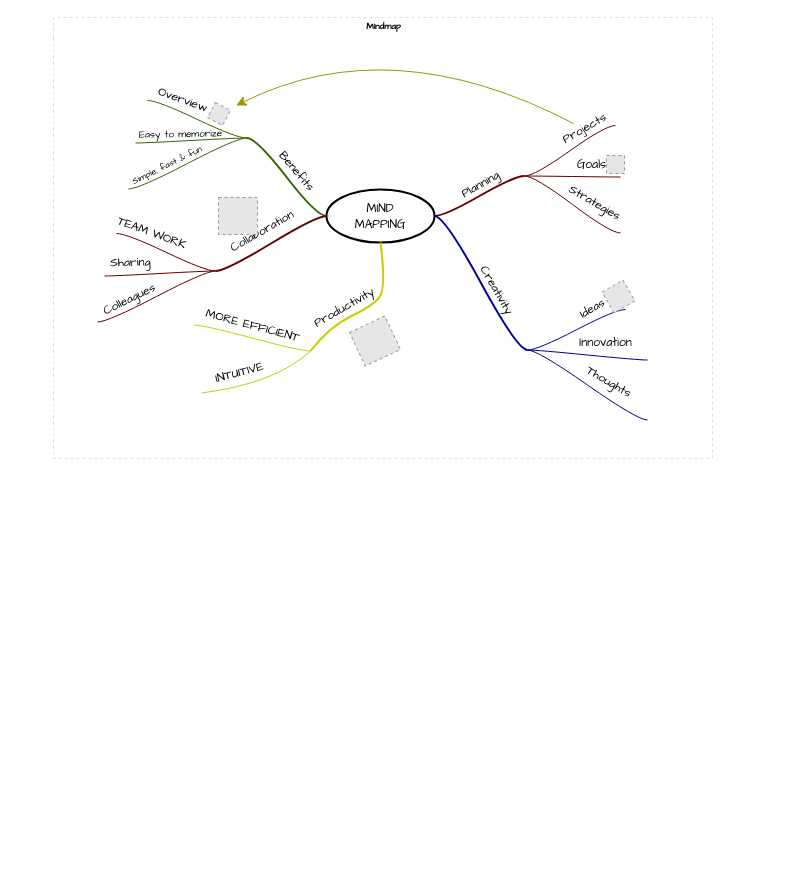
Above: Untitled Diagram.drawio in nikasbandaru/codewithnikas1 (draw.io), before the change. Source tidied: cells renumbered, new cells numbered last; positions are measured from the earlier drawing's top-left corner, leaving out a move shared by most shapes. Both pictures are drawn from the tidied source at 100%, with x=0, y=0 at pixel (53, 17). Pictures stored in the file or linked from it are replaced by grey dashed boxes.
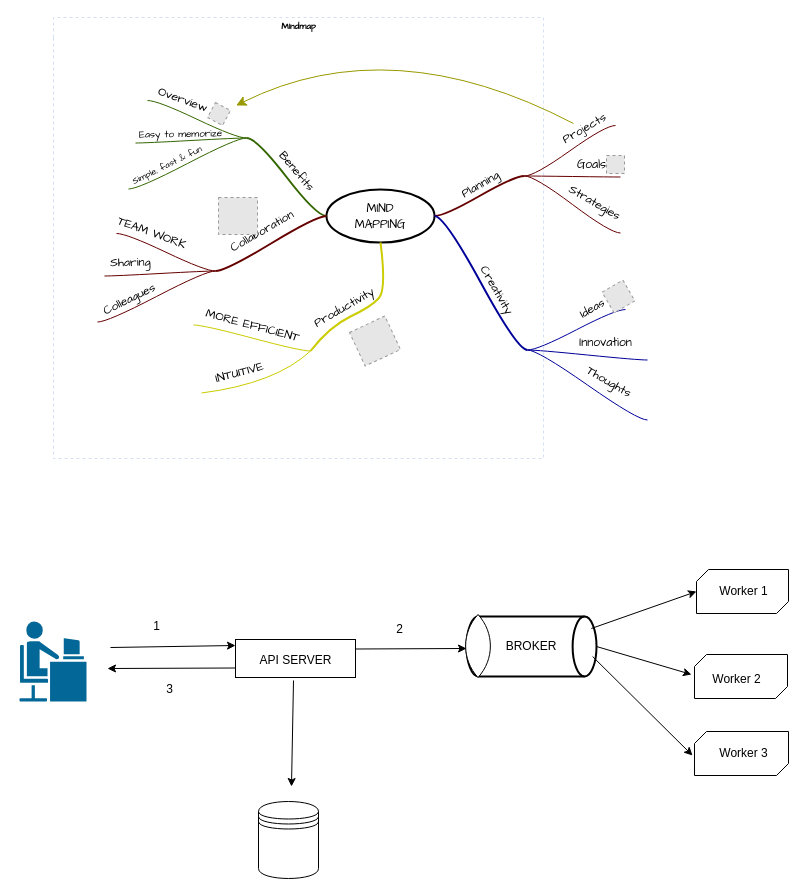
After the change.

What changed in the source:
```diff
@@
     <mxCell id="2" value="Mindmap" style="swimlane;html=1;startSize=20;horizontal=1;containerType=tree;labelBackgroundColor=none;strokeColor=#D4E1F5;strokeWidth=1;fillColor=none;fontFamily=Comic Sans MS;fontSize=9;swimlaneLine=0;dashed=1;" parent="1" vertex="1">
-      <mxGeometry width="659" height="441" as="geometry" />
+      <mxGeometry width="490" height="441" as="geometry" />
     </mxCell>
@@
+    <mxCell id="72" style="rounded=0;whiteSpace=wrap;html=1;" parent="1" vertex="1">
+      <mxGeometry x="182" y="622" width="120" height="38" as="geometry" />
+    </mxCell>
+    <mxCell id="73" value="API SERVER" style="text;html=1;align=center;verticalAlign=middle;strokeColor=none;fillColor=none;" parent="1" vertex="1">
+      <mxGeometry x="197" y="630" width="90" height="26" as="geometry" />
+    </mxCell>
+    <mxCell id="74" style="endArrow=classic;html=1;rounded=0;exitX=0;exitY=0.75;exitDx=0;exitDy=0;" parent="1" edge="1" source="72">
+      <mxGeometry relative="1" as="geometry">
+        <mxPoint x="54" y="651" as="targetPoint" />
+      </mxGeometry>
+    </mxCell>
+    <mxCell id="75" style="endArrow=classic;html=1;rounded=0;entryX=0;entryY=0.5;entryDx=0;entryDy=0;" parent="1" edge="1">
+      <mxGeometry relative="1" as="geometry">
+        <mxPoint x="57" y="630" as="sourcePoint" />
+        <mxPoint x="182" y="628" as="targetPoint" />
+      </mxGeometry>
+    </mxCell>
+    <mxCell id="76" value="1" style="text;html=1;align=center;verticalAlign=middle;strokeColor=none;fillColor=none;" parent="1" vertex="1">
+      <mxGeometry x="90" y="596" width="25" height="26" as="geometry" />
+    </mxCell>
+    <mxCell id="77" value="3" style="text;html=1;align=center;verticalAlign=middle;strokeColor=none;fillColor=none;" parent="1" vertex="1">
+      <mxGeometry x="103" y="659" width="25" height="26" as="geometry" />
+    </mxCell>
+    <mxCell id="78" style="shape=mxgraph.cisco.people.androgenous_person;html=1;dashed=0;fillColor=#036897;strokeColor=#ffffff;strokeWidth=2;verticalLabelPosition=bottom;verticalAlign=top;align=center;" parent="1" vertex="1">
+      <mxGeometry x="-35" y="603" width="69" height="82" as="geometry" />
+    </mxCell>
+    <mxCell id="79" value="BROKER" style="strokeWidth=2;html=1;shape=mxgraph.flowchart.direct_data;whiteSpace=wrap;" parent="1" vertex="1">
+      <mxGeometry x="413" y="599" width="130" height="60" as="geometry" />
+    </mxCell>
+    <mxCell id="80" style="whiteSpace=wrap;html=1;shape=mxgraph.basic.pointed_oval;fillStyle=solid;" parent="1" vertex="1">
+      <mxGeometry x="408" y="597" width="33" height="63" as="geometry" />
+    </mxCell>
+    <mxCell id="81" style="endArrow=classic;html=1;rounded=0;exitX=1;exitY=0.25;exitDx=0;exitDy=0;" parent="1" edge="1" source="72">
+      <mxGeometry relative="1" as="geometry">
+        <mxPoint x="413" y="631" as="targetPoint" />
+      </mxGeometry>
+    </mxCell>
+    <mxCell id="82" style="verticalLabelPosition=bottom;verticalAlign=top;html=1;shape=mxgraph.basic.diag_snip_rect;dx=6;whiteSpace=wrap;" parent="1" vertex="1">
+      <mxGeometry x="643" y="552" width="92" height="44" as="geometry" />
+    </mxCell>
+    <mxCell id="83" style="verticalLabelPosition=bottom;verticalAlign=top;html=1;shape=mxgraph.basic.diag_snip_rect;dx=6;whiteSpace=wrap;" parent="1" vertex="1">
+      <mxGeometry x="641" y="714" width="94" height="44" as="geometry" />
+    </mxCell>
+    <mxCell id="84" style="verticalLabelPosition=bottom;verticalAlign=top;html=1;shape=mxgraph.basic.diag_snip_rect;dx=6;whiteSpace=wrap;" parent="1" vertex="1">
+      <mxGeometry x="641" y="637" width="93" height="44" as="geometry" />
+    </mxCell>
+    <mxCell id="85" style="endArrow=classic;html=1;rounded=0;exitX=0.97;exitY=0.667;exitDx=0;exitDy=0;exitPerimeter=0;" parent="1" edge="1" source="79">
+      <mxGeometry relative="1" as="geometry">
+        <mxPoint x="639" y="738" as="targetPoint" />
+      </mxGeometry>
+    </mxCell>
+    <mxCell id="86" style="endArrow=classic;html=1;rounded=0;exitX=1;exitY=0.5;exitDx=0;exitDy=0;exitPerimeter=0;" parent="1" edge="1" source="79">
+      <mxGeometry relative="1" as="geometry">
+        <mxPoint x="638" y="657" as="targetPoint" />
+      </mxGeometry>
+    </mxCell>
+    <mxCell id="87" style="endArrow=classic;html=1;rounded=0;exitX=0.96;exitY=0.2;exitDx=0;exitDy=0;exitPerimeter=0;entryX=0;entryY=0.5;entryDx=0;entryDy=0;entryPerimeter=0;" parent="1" edge="1" source="79" target="82">
+      <mxGeometry relative="1" as="geometry" />
+    </mxCell>
+    <mxCell id="88" value="Worker 2" style="text;html=1;align=center;verticalAlign=middle;strokeColor=none;fillColor=none;" parent="1" vertex="1">
+      <mxGeometry x="650" y="649" width="66" height="26" as="geometry" />
+    </mxCell>
+    <mxCell id="89" value="Worker 3&lt;div&gt;&lt;br&gt;&lt;/div&gt;" style="text;html=1;align=center;verticalAlign=middle;strokeColor=none;fillColor=none;" parent="1" vertex="1">
+      <mxGeometry x="656.5" y="722" width="66" height="41" as="geometry" />
+    </mxCell>
+    <mxCell id="90" value="Worker 1" style="text;html=1;align=center;verticalAlign=middle;strokeColor=none;fillColor=none;" parent="1" vertex="1">
+      <mxGeometry x="656.5" y="561" width="66" height="26" as="geometry" />
+    </mxCell>
+    <mxCell id="91" value="2" style="text;html=1;align=center;verticalAlign=middle;strokeColor=none;fillColor=none;" parent="1" vertex="1">
+      <mxGeometry x="333" y="599" width="25" height="26" as="geometry" />
+    </mxCell>
+    <mxCell id="92" style="endArrow=classic;html=1;rounded=0;" parent="1" edge="1">
+      <mxGeometry relative="1" as="geometry">
+        <mxPoint x="240" y="663" as="sourcePoint" />
+        <mxPoint x="238" y="769" as="targetPoint" />
+      </mxGeometry>
+    </mxCell>
+    <mxCell id="93" style="shape=datastore;whiteSpace=wrap;html=1;" parent="1" vertex="1">
+      <mxGeometry x="205" y="784" width="60" height="77" as="geometry" />
+    </mxCell>
```
